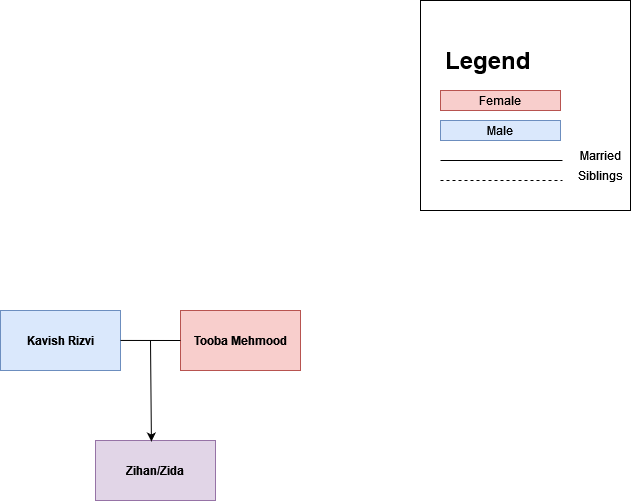
This is Family Tree.png from uchiharizvi/design-diagrams, a draw.io export, as it was before one commit. Source tidied: cells renumbered, new cells last; positions are measured from the earlier drawing's top-left corner, leaving out a move shared by most shapes.
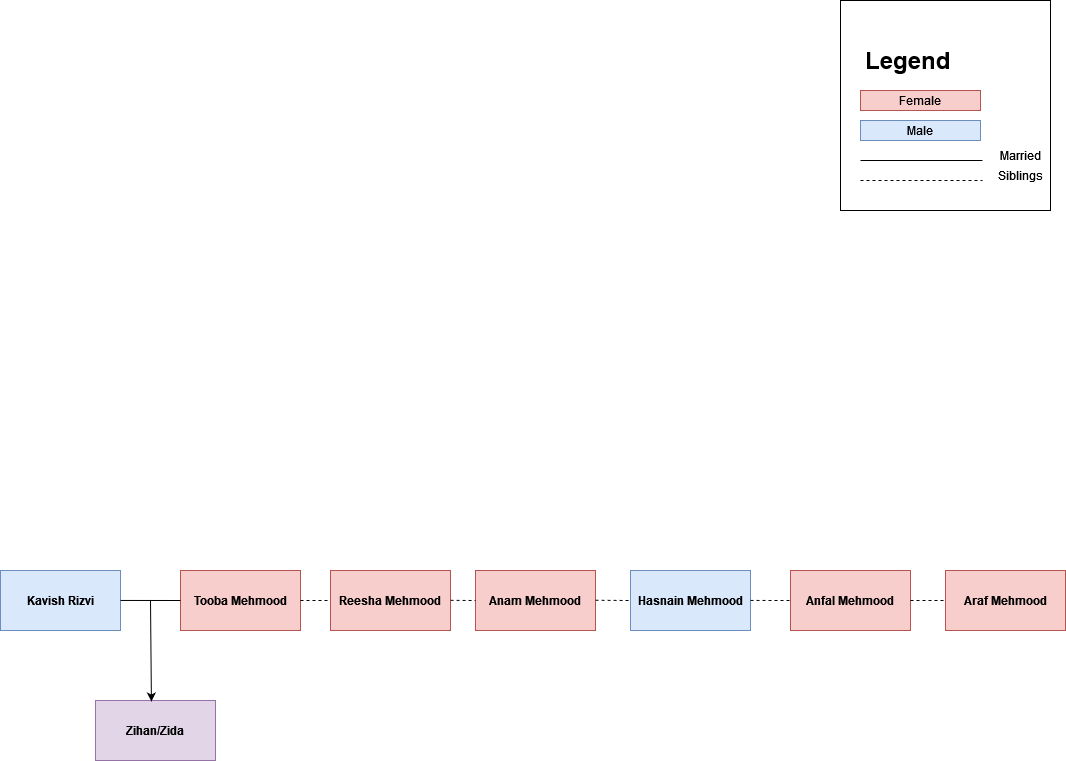
Later version of the same file.

What changed in the source:
```diff
@@ -6,10 +6,10 @@
       <mxGeometry x="420" width="210" height="210" as="geometry" />
     </mxCell>
     <mxCell id="3" value="Kavish Rizvi" style="rounded=0;whiteSpace=wrap;html=1;fontStyle=1;fillColor=#dae8fc;strokeColor=#6c8ebf;" parent="1" vertex="1">
-      <mxGeometry y="310" width="120" height="60" as="geometry" />
+      <mxGeometry x="-420" y="570" width="120" height="60" as="geometry" />
     </mxCell>
     <mxCell id="4" value="Tooba Mehmood" style="rounded=0;whiteSpace=wrap;html=1;fontStyle=1;fillColor=#f8cecc;strokeColor=#b85450;" parent="1" vertex="1">
-      <mxGeometry x="180" y="310" width="120" height="60" as="geometry" />
+      <mxGeometry x="-240" y="570" width="120" height="60" as="geometry" />
     </mxCell>
     <mxCell id="5" value="&lt;h1&gt;Legend&lt;br&gt;&lt;/h1&gt;" style="text;html=1;strokeColor=none;fillColor=none;spacing=5;spacingTop=-20;whiteSpace=wrap;overflow=hidden;rounded=0;" parent="1" vertex="1">
       <mxGeometry x="440" y="40" width="190" height="120" as="geometry" />
@@ -37,16 +37,52 @@
     </mxCell>
     <mxCell id="12" style="endArrow=none;html=1;rounded=0;exitX=1;exitY=0.591;exitDx=0;exitDy=0;exitPerimeter=0;entryX=0;entryY=0.5;entryDx=0;entryDy=0;" parent="1" edge="1" target="4">
       <mxGeometry relative="1" as="geometry">
-        <mxPoint x="120" y="339.9" as="sourcePoint" />
+        <mxPoint x="-300" y="600" as="sourcePoint" />
       </mxGeometry>
     </mxCell>
     <mxCell id="13" value="Zihan/Zida" style="rounded=0;whiteSpace=wrap;html=1;fillColor=#e1d5e7;strokeColor=#9673a6;fontStyle=1;" parent="1" vertex="1">
-      <mxGeometry x="95" y="440" width="120" height="60" as="geometry" />
+      <mxGeometry x="-325" y="700" width="120" height="60" as="geometry" />
     </mxCell>
     <mxCell id="14" style="endArrow=classic;html=1;rounded=0;entryX=0.466;entryY=0.017;entryDx=0;entryDy=0;entryPerimeter=0;" parent="1" edge="1" target="13">
       <mxGeometry relative="1" as="geometry">
-        <mxPoint x="150" y="340" as="sourcePoint" />
+        <mxPoint x="-270" y="600" as="sourcePoint" />
       </mxGeometry>
     </mxCell>
+    <mxCell id="15" value="Reesha Mehmood" style="rounded=0;whiteSpace=wrap;html=1;fontStyle=1;fillColor=#f8cecc;strokeColor=#b85450;" parent="1" vertex="1">
+      <mxGeometry x="-90" y="570" width="120" height="60" as="geometry" />
+    </mxCell>
+    <mxCell id="16" value="Anam Mehmood" style="rounded=0;whiteSpace=wrap;html=1;fontStyle=1;fillColor=#f8cecc;strokeColor=#b85450;" parent="1" vertex="1">
+      <mxGeometry x="55" y="570" width="120" height="60" as="geometry" />
+    </mxCell>
+    <mxCell id="17" value="Hasnain Mehmood" style="rounded=0;whiteSpace=wrap;html=1;fontStyle=1;fillColor=#dae8fc;strokeColor=#6c8ebf;" parent="1" vertex="1">
+      <mxGeometry x="210" y="570" width="120" height="60" as="geometry" />
+    </mxCell>
+    <mxCell id="18" value="Anfal Mehmood" style="rounded=0;whiteSpace=wrap;html=1;fontStyle=1;fillColor=#f8cecc;strokeColor=#b85450;" parent="1" vertex="1">
+      <mxGeometry x="370" y="570" width="120" height="60" as="geometry" />
+    </mxCell>
+    <mxCell id="19" value="Araf Mehmood" style="rounded=0;whiteSpace=wrap;html=1;fontStyle=1;fillColor=#f8cecc;strokeColor=#b85450;" parent="1" vertex="1">
+      <mxGeometry x="525" y="570" width="120" height="60" as="geometry" />
+    </mxCell>
+    <mxCell id="20" style="endArrow=none;html=1;rounded=0;exitX=1;exitY=0.5;exitDx=0;exitDy=0;dashed=1;entryX=0;entryY=0.5;entryDx=0;entryDy=0;" parent="1" edge="1" source="4" target="15">
+      <mxGeometry relative="1" as="geometry" />
+    </mxCell>
+    <mxCell id="21" style="endArrow=none;html=1;rounded=0;exitX=1;exitY=0.5;exitDx=0;exitDy=0;dashed=1;entryX=0;entryY=0.5;entryDx=0;entryDy=0;" parent="1" edge="1" target="16">
+      <mxGeometry relative="1" as="geometry">
+        <mxPoint x="30" y="599.8" as="sourcePoint" />
+      </mxGeometry>
+    </mxCell>
+    <mxCell id="22" style="endArrow=none;html=1;rounded=0;exitX=1;exitY=0.5;exitDx=0;exitDy=0;dashed=1;entryX=0;entryY=0.5;entryDx=0;entryDy=0;" parent="1" edge="1" target="17">
+      <mxGeometry relative="1" as="geometry">
+        <mxPoint x="175" y="599.7" as="sourcePoint" />
+      </mxGeometry>
+    </mxCell>
+    <mxCell id="23" style="endArrow=none;html=1;rounded=0;exitX=1;exitY=0.5;exitDx=0;exitDy=0;dashed=1;entryX=0;entryY=0.5;entryDx=0;entryDy=0;" parent="1" edge="1" target="18">
+      <mxGeometry relative="1" as="geometry">
+        <mxPoint x="330" y="599.9" as="sourcePoint" />
+      </mxGeometry>
+    </mxCell>
+    <mxCell id="24" style="endArrow=none;html=1;rounded=0;exitX=1;exitY=0.5;exitDx=0;exitDy=0;dashed=1;entryX=0;entryY=0.5;entryDx=0;entryDy=0;" parent="1" edge="1" source="18" target="19">
+      <mxGeometry relative="1" as="geometry" />
+    </mxCell>
   </root>
 </mxGraphModel>
```
